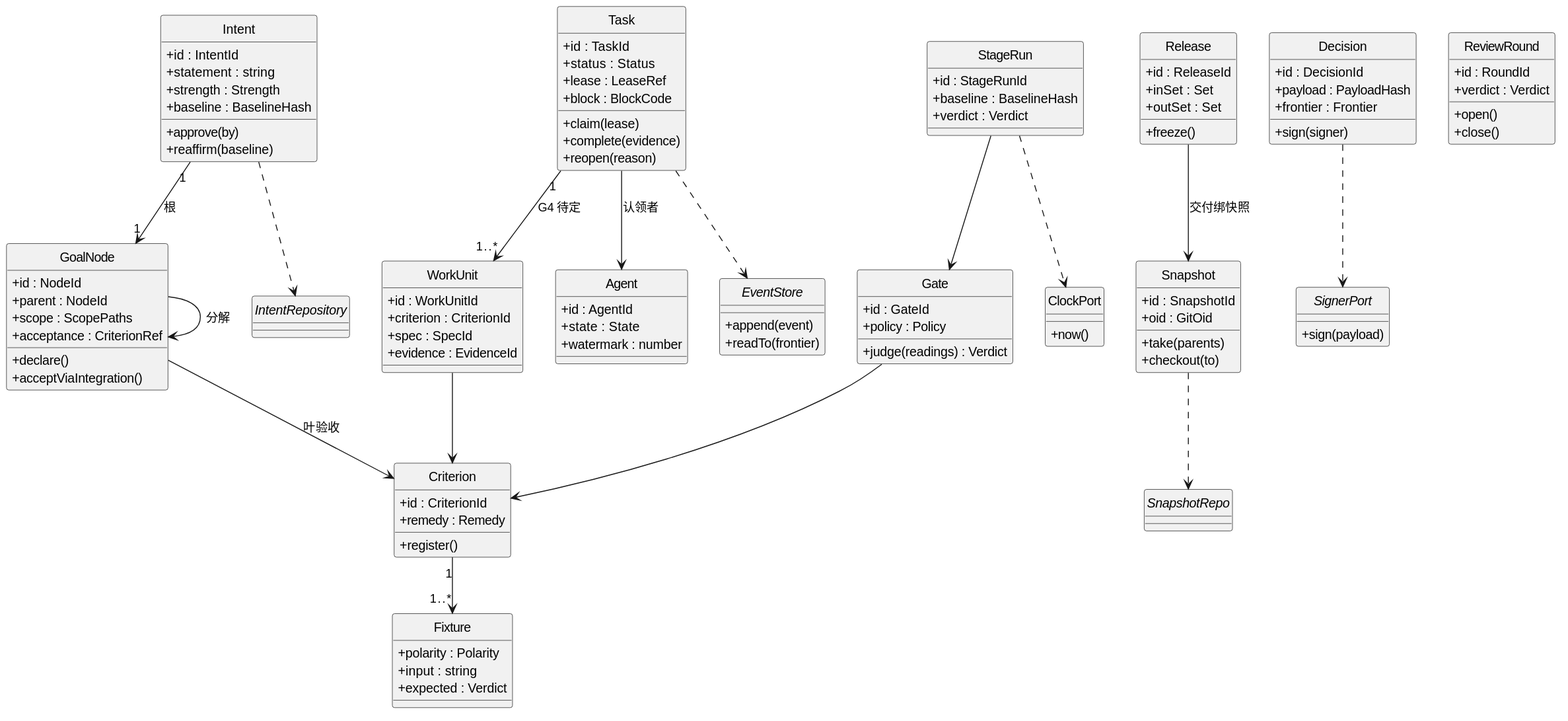
The PlantUML diagram design/diagrams/uml-class.svg in raitpor/dsh-software-dev-office, before a commit. Source of this version:
```plantuml
@startuml
skinparam classAttributeIconSize 0
hide circle
class Intent {
  + id : IntentId
  + statement : string
  + strength : Strength
  + baseline : BaselineHash
  + approve(by)
  + reaffirm(baseline)
}
class GoalNode {
  + id : NodeId
  + parent : NodeId
  + scope : ScopePaths
  + acceptance : CriterionRef
  + declare()
  + acceptViaIntegration()
}
class Task {
  + id : TaskId
  + status : Status
  + lease : LeaseRef
  + block : BlockCode
  + claim(lease)
  + complete(evidence)
  + reopen(reason)
}
class WorkUnit {
  + id : WorkUnitId
  + criterion : CriterionId
  + spec : SpecId
  + evidence : EvidenceId
}
class Criterion {
  + id : CriterionId
  + remedy : Remedy
  + register()
}
class Fixture {
  + polarity : Polarity
  + input : string
  + expected : Verdict
}
class Gate {
  + id : GateId
  + policy : Policy
  + judge(readings) : Verdict
}
class StageRun {
  + id : StageRunId
  + baseline : BaselineHash
  + verdict : Verdict
}
class Snapshot {
  + id : SnapshotId
  + oid : GitOid
  + take(parents)
  + checkout(to)
}
class Decision {
  + id : DecisionId
  + payload : PayloadHash
  + frontier : Frontier
  + sign(signer)
}
class ReviewRound {
  + id : RoundId
  + verdict : Verdict
  + open()
  + close()
}
class Agent {
  + id : AgentId
  + state : State
  + watermark : number
}
class Release {
  + id : ReleaseId
  + inSet : Set
  + outSet : Set
  + freeze()
}
interface IntentRepository
interface EventStore {
  + append(event)
  + readTo(frontier)
}
interface SnapshotRepo
interface SignerPort {
  + sign(payload)
}
class ClockPort {
  + now()
}

Intent "1" --> "1" GoalNode : 根
GoalNode --> GoalNode : 分解
GoalNode --> Criterion : 叶验收
Task "1" --> "1..*" WorkUnit : G4 待定
WorkUnit --> Criterion
Criterion "1" --> "1..*" Fixture
Gate --> Criterion
StageRun --> Gate
Release --> Snapshot : 交付绑快照
Task --> Agent : 认领者
Intent ..> IntentRepository
Task ..> EventStore
Snapshot ..> SnapshotRepo
Decision ..> SignerPort
StageRun ..> ClockPort
@enduml
```
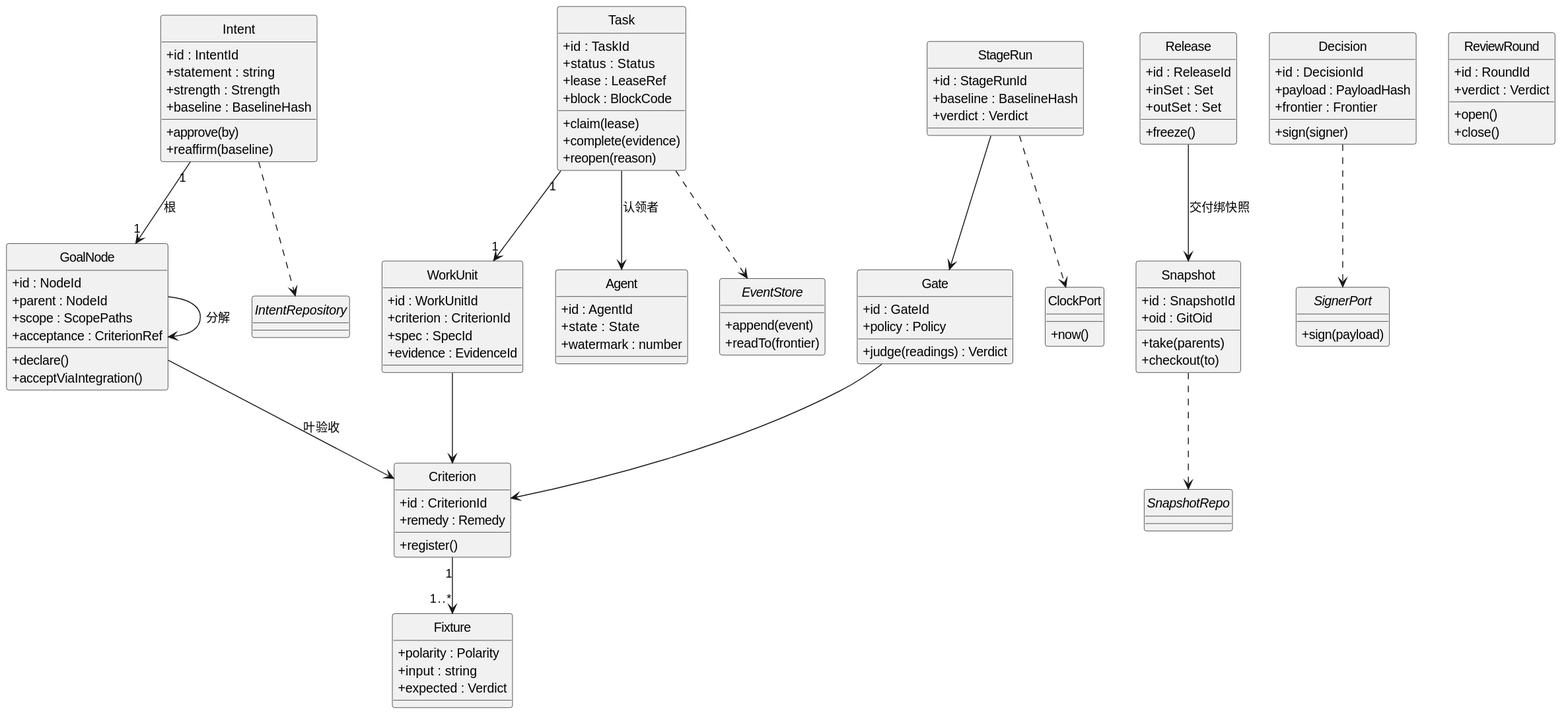
Above is the later version.

The edit, as a diff of the source:
```diff
@@ -97,7 +97,7 @@
 Intent "1" --> "1" GoalNode : 根
 GoalNode --> GoalNode : 分解
 GoalNode --> Criterion : 叶验收
-Task "1" --> "1..*" WorkUnit : G4 待定
+Task "1" --> "1" WorkUnit
 WorkUnit --> Criterion
 Criterion "1" --> "1..*" Fixture
 Gate --> Criterion
```
